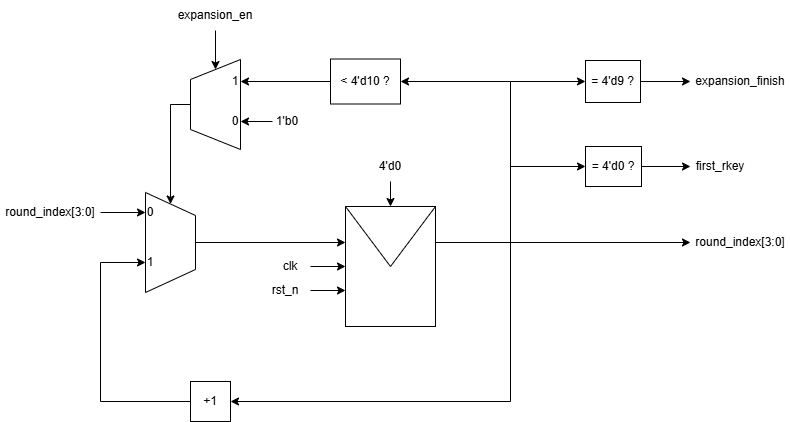
This is KeyExpansion/media/KECounter Low.png from LQLManZz/AES128-Verilog, a draw.io export, as it was before one commit. Source tidied: cells renumbered, new cells last; positions are measured from the earlier drawing's top-left corner, leaving out a move shared by most shapes.
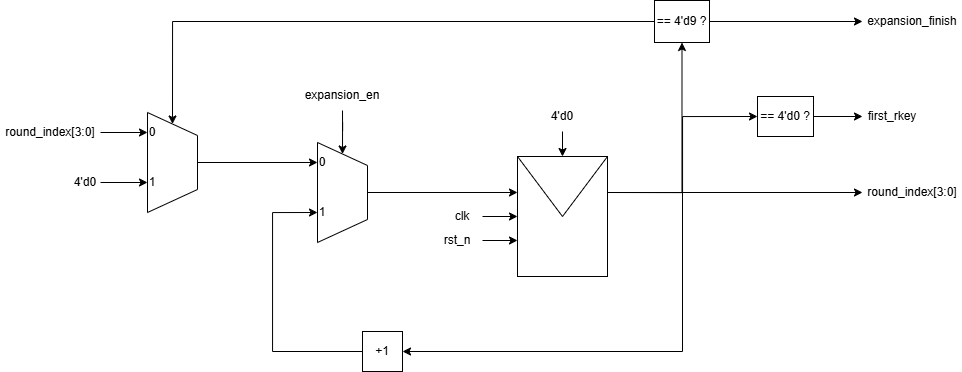
After the change.

Commit message:
vault backup: 2026-06-25 23:36:53

The edit, as a diff of the source:
```diff
@@ -2,140 +2,129 @@
   <root>
     <mxCell id="0" />
     <mxCell id="1" parent="0" />
-    <mxCell id="2" style="edgeStyle=orthogonalEdgeStyle;rounded=0;jettySize=auto;html=1;exitX=1;exitY=0.5;exitDx=0;exitDy=0;entryX=0;entryY=0.5;entryDx=0;entryDy=0;" parent="1" edge="1" source="3" target="13">
-      <mxGeometry relative="1" as="geometry" />
-    </mxCell>
-    <mxCell id="3" value="round_index[3:0]" style="text;html=1;whiteSpace=wrap;strokeColor=none;fillColor=none;align=center;verticalAlign=middle;rounded=0;" parent="1" vertex="1">
-      <mxGeometry y="197" width="100" height="30" as="geometry" />
-    </mxCell>
-    <mxCell id="4" style="edgeStyle=orthogonalEdgeStyle;rounded=0;jettySize=auto;html=1;exitX=0;exitY=0.5;exitDx=0;exitDy=0;entryX=1;entryY=0.5;entryDx=0;entryDy=0;" parent="1" edge="1" source="5" target="37">
-      <mxGeometry relative="1" as="geometry" />
-    </mxCell>
-    <mxCell id="5" value="&amp;lt; 4'd10 ?" style="whiteSpace=wrap;html=1;" parent="1" vertex="1">
-      <mxGeometry x="330" y="58.5" width="70" height="45" as="geometry" />
-    </mxCell>
-    <mxCell id="6" style="edgeStyle=orthogonalEdgeStyle;rounded=0;jettySize=auto;html=1;" parent="1" edge="1" source="7" target="8">
-      <mxGeometry relative="1" as="geometry" />
-    </mxCell>
-    <mxCell id="7" value="= 4'd9 ?" style="whiteSpace=wrap;html=1;" parent="1" vertex="1">
-      <mxGeometry x="585" y="60" width="55" height="42" as="geometry" />
-    </mxCell>
+    <mxCell id="42" style="edgeStyle=orthogonalEdgeStyle;rounded=0;jettySize=auto;html=1;exitX=1;exitY=0.5;exitDx=0;exitDy=0;entryX=0;entryY=0.5;entryDx=0;entryDy=0;" parent="1" edge="1" source="43" target="65">
+      <mxGeometry relative="1" as="geometry" />
+    </mxCell>
+    <mxCell id="43" value="round_index[3:0]" style="text;html=1;whiteSpace=wrap;strokeColor=none;fillColor=none;align=center;verticalAlign=middle;rounded=0;" parent="1" vertex="1">
+      <mxGeometry x="958" y="217" width="100" height="30" as="geometry" />
+    </mxCell>
+    <mxCell id="44" style="edgeStyle=orthogonalEdgeStyle;rounded=0;jettySize=auto;html=1;exitX=1;exitY=0.5;exitDx=0;exitDy=0;entryX=0;entryY=0.5;entryDx=0;entryDy=0;" parent="1" edge="1" source="46" target="8">
+      <mxGeometry relative="1" as="geometry" />
+    </mxCell>
+    <mxCell id="45" style="edgeStyle=orthogonalEdgeStyle;rounded=0;jettySize=auto;html=1;exitX=0;exitY=0.5;exitDx=0;exitDy=0;entryX=1;entryY=0.5;entryDx=0;entryDy=0;" parent="1" edge="1" source="46" target="64">
+      <mxGeometry relative="1" as="geometry" />
+    </mxCell>
+    <mxCell id="46" value="== 4'd9 ?" style="whiteSpace=wrap;html=1;" parent="1" vertex="1">
+      <mxGeometry x="1612" y="100" width="55" height="42" as="geometry" />
+    </mxCell>
     <mxCell id="8" value="expansion_finish" style="text;html=1;whiteSpace=wrap;strokeColor=none;fillColor=none;align=center;verticalAlign=middle;rounded=0;" parent="1" vertex="1">
-      <mxGeometry x="690" y="66" width="100" height="30" as="geometry" />
+      <mxGeometry x="1820" y="106" width="100" height="30" as="geometry" />
     </mxCell>
-    <mxCell id="9" style="edgeStyle=orthogonalEdgeStyle;rounded=0;jettySize=auto;html=1;exitX=1;exitY=0.5;exitDx=0;exitDy=0;entryX=0;entryY=0.5;entryDx=0;entryDy=0;" parent="1" edge="1" source="10" target="32">
-      <mxGeometry relative="1" as="geometry" />
-    </mxCell>
-    <mxCell id="10" value="= 4'd0 ?" style="whiteSpace=wrap;html=1;" parent="1" vertex="1">
-      <mxGeometry x="585" y="146" width="56" height="40" as="geometry" />
-    </mxCell>
-    <mxCell id="11" style="group;flipH=0;legacyAnchorPoints=0;flipV=0;direction=west;" parent="1" vertex="1">
-      <mxGeometry x="120" y="202" width="100" height="70" as="geometry" />
-    </mxCell>
-    <mxCell id="12" style="verticalLabelPosition=middle;verticalAlign=middle;html=1;shape=trapezoid;perimeter=trapezoidPerimeter;whiteSpace=wrap;size=0.23;arcSize=10;flipV=1;labelPosition=center;align=center;legacyAnchorPoints=0;rotation=-90;" parent="11" vertex="1">
-      <mxGeometry y="15" width="100" height="50" as="geometry" />
-    </mxCell>
-    <mxCell id="13" value="0" style="text;html=1;whiteSpace=wrap;strokeColor=none;fillColor=none;align=center;verticalAlign=middle;rounded=0;" parent="11" vertex="1">
-      <mxGeometry x="25" width="10" height="20" as="geometry" />
-    </mxCell>
-    <mxCell id="14" value="1" style="text;html=1;whiteSpace=wrap;strokeColor=none;fillColor=none;align=center;verticalAlign=middle;rounded=0;" parent="11" vertex="1">
-      <mxGeometry x="25" y="50" width="10" height="20" as="geometry" />
-    </mxCell>
-    <mxCell id="15" style="group;" parent="1" vertex="1">
-      <mxGeometry x="260" y="206" width="175" height="120" as="geometry" />
-    </mxCell>
+    <mxCell id="47" style="edgeStyle=orthogonalEdgeStyle;rounded=0;jettySize=auto;html=1;exitX=1;exitY=0.5;exitDx=0;exitDy=0;entryX=0;entryY=0.5;entryDx=0;entryDy=0;" parent="1" edge="1" source="48" target="32">
+      <mxGeometry relative="1" as="geometry" />
+    </mxCell>
+    <mxCell id="48" value="== 4'd0 ?" style="whiteSpace=wrap;html=1;" parent="1" vertex="1">
+      <mxGeometry x="1715" y="196" width="56" height="40" as="geometry" />
+    </mxCell>
+    <mxCell id="49" style="group;flipH=0;legacyAnchorPoints=0;flipV=0;direction=west;" parent="1" vertex="1">
+      <mxGeometry x="1250" y="252" width="100" height="70" as="geometry" />
+    </mxCell>
+    <mxCell id="50" style="verticalLabelPosition=middle;verticalAlign=middle;html=1;shape=trapezoid;perimeter=trapezoidPerimeter;whiteSpace=wrap;size=0.23;arcSize=10;flipV=1;labelPosition=center;align=center;legacyAnchorPoints=0;rotation=-90;" parent="49" vertex="1">
+      <mxGeometry y="15" width="100" height="50" as="geometry" />
+    </mxCell>
+    <mxCell id="51" value="0" style="text;html=1;whiteSpace=wrap;strokeColor=none;fillColor=none;align=center;verticalAlign=middle;rounded=0;" parent="49" vertex="1">
+      <mxGeometry x="25" width="10" height="20" as="geometry" />
+    </mxCell>
+    <mxCell id="52" value="1" style="text;html=1;whiteSpace=wrap;strokeColor=none;fillColor=none;align=center;verticalAlign=middle;rounded=0;" parent="49" vertex="1">
+      <mxGeometry x="25" y="50" width="10" height="20" as="geometry" />
+    </mxCell>
+    <mxCell id="53" style="group;" parent="1" vertex="1">
+      <mxGeometry x="1390" y="256" width="175" height="120" as="geometry" />
+    </mxCell>
-    <mxCell id="16" style="shape=message;html=1;html=1;outlineConnect=0;labelPosition=center;verticalLabelPosition=bottom;align=center;verticalAlign=top;" parent="15" vertex="1">
+    <mxCell id="16" style="shape=message;html=1;html=1;outlineConnect=0;labelPosition=center;verticalLabelPosition=bottom;align=center;verticalAlign=top;" parent="53" vertex="1">
       <mxGeometry x="85" width="90" height="120" as="geometry" />
     </mxCell>
-    <mxCell id="17" style="edgeStyle=orthogonalEdgeStyle;rounded=0;jettySize=auto;html=1;exitX=1;exitY=0.5;exitDx=0;exitDy=0;entryX=0;entryY=0.5;entryDx=0;entryDy=0;" parent="15" edge="1" source="18" target="16">
+    <mxCell id="17" style="edgeStyle=orthogonalEdgeStyle;rounded=0;jettySize=auto;html=1;exitX=1;exitY=0.5;exitDx=0;exitDy=0;entryX=0;entryY=0.5;entryDx=0;entryDy=0;" parent="53" edge="1" source="18" target="16">
       <mxGeometry relative="1" as="geometry" />
     </mxCell>
-    <mxCell id="18" value="clk" style="text;html=1;whiteSpace=wrap;strokeColor=none;fillColor=none;align=center;verticalAlign=middle;rounded=0;" parent="15" vertex="1">
+    <mxCell id="18" value="clk" style="text;html=1;whiteSpace=wrap;strokeColor=none;fillColor=none;align=center;verticalAlign=middle;rounded=0;" parent="53" vertex="1">
       <mxGeometry x="10" y="42" width="40" height="36" as="geometry" />
     </mxCell>
-    <mxCell id="19" style="edgeStyle=orthogonalEdgeStyle;rounded=0;jettySize=auto;html=1;exitX=1;exitY=0.5;exitDx=0;exitDy=0;entryX=0;entryY=0.7;entryDx=0;entryDy=0;" parent="15" edge="1" source="20" target="16">
+    <mxCell id="19" style="edgeStyle=orthogonalEdgeStyle;rounded=0;jettySize=auto;html=1;exitX=1;exitY=0.5;exitDx=0;exitDy=0;entryX=0;entryY=0.7;entryDx=0;entryDy=0;" parent="53" edge="1" source="20" target="16">
       <mxGeometry relative="1" as="geometry" />
     </mxCell>
-    <mxCell id="20" value="rst_n" style="text;html=1;whiteSpace=wrap;strokeColor=none;fillColor=none;align=center;verticalAlign=middle;rounded=0;" parent="15" vertex="1">
+    <mxCell id="20" value="rst_n" style="text;html=1;whiteSpace=wrap;strokeColor=none;fillColor=none;align=center;verticalAlign=middle;rounded=0;" parent="53" vertex="1">
       <mxGeometry y="66" width="50" height="36" as="geometry" />
     </mxCell>
-    <mxCell id="21" style="edgeStyle=orthogonalEdgeStyle;rounded=0;jettySize=auto;html=1;exitX=0.5;exitY=0;exitDx=0;exitDy=0;entryX=0;entryY=0.3;entryDx=0;entryDy=0;" parent="1" edge="1" source="12" target="16">
-      <mxGeometry relative="1" as="geometry" />
-    </mxCell>
-    <mxCell id="22" style="edgeStyle=orthogonalEdgeStyle;rounded=0;jettySize=auto;html=1;exitX=0.5;exitY=1;exitDx=0;exitDy=0;entryX=0.5;entryY=0;entryDx=0;entryDy=0;" parent="1" edge="1" source="23" target="16">
-      <mxGeometry relative="1" as="geometry" />
-    </mxCell>
-    <mxCell id="23" value="4'd0" style="text;html=1;whiteSpace=wrap;strokeColor=none;fillColor=none;align=center;verticalAlign=middle;rounded=0;" parent="1" vertex="1">
-      <mxGeometry x="370" y="151" width="40" height="30" as="geometry" />
-    </mxCell>
-    <mxCell id="24" value="round_index[3:0]" style="text;html=1;whiteSpace=wrap;strokeColor=none;fillColor=none;align=center;verticalAlign=middle;rounded=0;" parent="1" vertex="1">
-      <mxGeometry x="690" y="227" width="100" height="30" as="geometry" />
-    </mxCell>
-    <mxCell id="25" style="edgeStyle=orthogonalEdgeStyle;rounded=0;jettySize=auto;html=1;exitX=1;exitY=0.3;exitDx=0;exitDy=0;entryX=0;entryY=0.5;entryDx=0;entryDy=0;" parent="1" edge="1" source="16" target="24">
-      <mxGeometry relative="1" as="geometry" />
-    </mxCell>
-    <mxCell id="26" style="edgeStyle=orthogonalEdgeStyle;rounded=0;jettySize=auto;html=1;exitX=0;exitY=0.5;exitDx=0;exitDy=0;entryX=0;entryY=0.5;entryDx=0;entryDy=0;" parent="1" edge="1" source="27" target="14">
-      <mxGeometry relative="1" as="geometry">
-        <Array as="points">
-          <mxPoint x="100" y="401" />
-          <mxPoint x="100" y="262" />
-        </Array>
-      </mxGeometry>
-    </mxCell>
+    <mxCell id="54" style="edgeStyle=orthogonalEdgeStyle;rounded=0;jettySize=auto;html=1;exitX=0.5;exitY=0;exitDx=0;exitDy=0;entryX=0;entryY=0.3;entryDx=0;entryDy=0;" parent="1" edge="1" source="50" target="16">
+      <mxGeometry relative="1" as="geometry" />
+    </mxCell>
+    <mxCell id="55" style="edgeStyle=orthogonalEdgeStyle;rounded=0;jettySize=auto;html=1;exitX=0.5;exitY=1;exitDx=0;exitDy=0;entryX=0.5;entryY=0;entryDx=0;entryDy=0;" parent="1" edge="1" source="56" target="16">
+      <mxGeometry relative="1" as="geometry" />
+    </mxCell>
+    <mxCell id="56" value="4'd0" style="text;html=1;whiteSpace=wrap;strokeColor=none;fillColor=none;align=center;verticalAlign=middle;rounded=0;" parent="1" vertex="1">
+      <mxGeometry x="1500" y="201" width="40" height="30" as="geometry" />
+    </mxCell>
+    <mxCell id="57" value="round_index[3:0]" style="text;html=1;whiteSpace=wrap;strokeColor=none;fillColor=none;align=center;verticalAlign=middle;rounded=0;" parent="1" vertex="1">
+      <mxGeometry x="1820" y="277" width="100" height="30" as="geometry" />
+    </mxCell>
+    <mxCell id="58" style="edgeStyle=orthogonalEdgeStyle;rounded=0;jettySize=auto;html=1;exitX=1;exitY=0.3;exitDx=0;exitDy=0;entryX=0;entryY=0.5;entryDx=0;entryDy=0;" parent="1" edge="1" source="16" target="57">
+      <mxGeometry relative="1" as="geometry" />
+    </mxCell>
+    <mxCell id="59" style="edgeStyle=orthogonalEdgeStyle;rounded=0;jettySize=auto;html=1;exitX=0;exitY=0.5;exitDx=0;exitDy=0;entryX=0;entryY=0.5;entryDx=0;entryDy=0;" parent="1" edge="1" source="27" target="52">
+      <mxGeometry relative="1" as="geometry">
+        <Array as="points">
+          <mxPoint x="1230" y="451" />
+          <mxPoint x="1230" y="312" />
+        </Array>
+      </mxGeometry>
+    </mxCell>
     <mxCell id="27" value="+1" style="whiteSpace=wrap;html=1;" parent="1" vertex="1">
-      <mxGeometry x="190" y="381" width="40" height="40" as="geometry" />
+      <mxGeometry x="1320" y="431" width="40" height="40" as="geometry" />
     </mxCell>
-    <mxCell id="28" style="endArrow=classic;html=1;rounded=0;entryX=1;entryY=0.5;entryDx=0;entryDy=0;" parent="1" edge="1" target="27">
-      <mxGeometry relative="1" as="geometry">
-        <mxPoint x="510" y="241" as="sourcePoint" />
-        <Array as="points">
-          <mxPoint x="510" y="401" />
-        </Array>
-      </mxGeometry>
-    </mxCell>
-    <mxCell id="29" style="endArrow=classic;html=1;rounded=0;entryX=1;entryY=0.5;entryDx=0;entryDy=0;" parent="1" edge="1" target="5">
-      <mxGeometry relative="1" as="geometry">
-        <mxPoint x="510" y="241" as="sourcePoint" />
-        <Array as="points">
-          <mxPoint x="510" y="81" />
-        </Array>
-      </mxGeometry>
-    </mxCell>
-    <mxCell id="30" style="edgeStyle=orthogonalEdgeStyle;rounded=0;jettySize=auto;html=1;exitX=1;exitY=0.3;exitDx=0;exitDy=0;entryX=0;entryY=0.5;entryDx=0;entryDy=0;" parent="1" edge="1" source="16" target="10">
-      <mxGeometry relative="1" as="geometry" />
-    </mxCell>
-    <mxCell id="31" style="edgeStyle=orthogonalEdgeStyle;rounded=0;jettySize=auto;html=1;exitX=1;exitY=0.3;exitDx=0;exitDy=0;entryX=0;entryY=0.5;entryDx=0;entryDy=0;" parent="1" edge="1" source="16" target="7">
-      <mxGeometry relative="1" as="geometry" />
-    </mxCell>
+    <mxCell id="60" style="endArrow=classic;html=1;rounded=0;entryX=1;entryY=0.5;entryDx=0;entryDy=0;" parent="1" edge="1" target="27">
+      <mxGeometry relative="1" as="geometry">
+        <mxPoint x="1640" y="291" as="sourcePoint" />
+        <Array as="points">
+          <mxPoint x="1640" y="451" />
+        </Array>
+      </mxGeometry>
+    </mxCell>
+    <mxCell id="61" style="edgeStyle=orthogonalEdgeStyle;rounded=0;jettySize=auto;html=1;exitX=1;exitY=0.3;exitDx=0;exitDy=0;entryX=0;entryY=0.5;entryDx=0;entryDy=0;" parent="1" edge="1" source="16" target="48">
+      <mxGeometry relative="1" as="geometry" />
+    </mxCell>
     <mxCell id="32" value="first_rkey" style="text;html=1;whiteSpace=wrap;strokeColor=none;fillColor=none;align=center;verticalAlign=middle;rounded=0;" parent="1" vertex="1">
-      <mxGeometry x="690" y="151" width="60" height="30" as="geometry" />
+      <mxGeometry x="1820" y="201" width="60" height="30" as="geometry" />
     </mxCell>
-    <mxCell id="33" style="edgeStyle=orthogonalEdgeStyle;rounded=0;jettySize=auto;html=1;exitX=0.5;exitY=1;exitDx=0;exitDy=0;entryX=1;entryY=0.5;entryDx=0;entryDy=0;" parent="1" edge="1" source="34" target="36">
-      <mxGeometry relative="1" as="geometry" />
-    </mxCell>
+    <mxCell id="62" style="edgeStyle=orthogonalEdgeStyle;rounded=0;jettySize=auto;html=1;exitX=0.5;exitY=1;exitDx=0;exitDy=0;entryX=1;entryY=0.5;entryDx=0;entryDy=0;" parent="1" edge="1" source="34" target="50">
+      <mxGeometry relative="1" as="geometry" />
+    </mxCell>
     <mxCell id="34" value="expansion_en" style="text;html=1;whiteSpace=wrap;strokeColor=none;fillColor=none;align=center;verticalAlign=middle;rounded=0;" parent="1" vertex="1">
-      <mxGeometry x="175" width="80" height="30" as="geometry" />
+      <mxGeometry x="1260" y="180" width="80" height="30" as="geometry" />
     </mxCell>
-    <mxCell id="35" style="group;" parent="1" vertex="1">
-      <mxGeometry x="170" y="71" width="90" height="60" as="geometry" />
-    </mxCell>
-    <mxCell id="36" style="shape=trapezoid;perimeter=trapezoidPerimeter;whiteSpace=wrap;html=1;fixedSize=1;rotation=-90;" parent="35" vertex="1">
-      <mxGeometry y="8" width="90" height="50" as="geometry" />
-    </mxCell>
-    <mxCell id="37" value="1" style="text;html=1;whiteSpace=wrap;strokeColor=none;fillColor=none;align=center;verticalAlign=middle;rounded=0;" parent="35" vertex="1">
-      <mxGeometry x="60" width="10" height="20" as="geometry" />
-    </mxCell>
-    <mxCell id="38" value="0" style="text;html=1;whiteSpace=wrap;strokeColor=none;fillColor=none;align=center;verticalAlign=middle;rounded=0;" parent="35" vertex="1">
-      <mxGeometry x="60" y="40" width="10" height="20" as="geometry" />
-    </mxCell>
-    <mxCell id="39" style="edgeStyle=orthogonalEdgeStyle;rounded=0;jettySize=auto;html=1;exitX=0.5;exitY=0;exitDx=0;exitDy=0;entryX=1;entryY=0.5;entryDx=0;entryDy=0;" parent="1" edge="1" source="36" target="12">
-      <mxGeometry relative="1" as="geometry" />
-    </mxCell>
-    <mxCell id="40" style="edgeStyle=orthogonalEdgeStyle;rounded=0;jettySize=auto;html=1;exitX=0;exitY=0.5;exitDx=0;exitDy=0;entryX=1;entryY=0.5;entryDx=0;entryDy=0;" parent="1" edge="1" source="41" target="38">
-      <mxGeometry relative="1" as="geometry" />
-    </mxCell>
-    <mxCell id="41" value="1'b0" style="text;html=1;whiteSpace=wrap;strokeColor=none;fillColor=none;align=center;verticalAlign=middle;rounded=0;" parent="1" vertex="1">
-      <mxGeometry x="272" y="106" width="30" height="30" as="geometry" />
-    </mxCell>
+    <mxCell id="63" style="group;flipH=0;legacyAnchorPoints=0;flipV=0;direction=west;" parent="1" vertex="1">
+      <mxGeometry x="1080" y="222" width="100" height="70" as="geometry" />
+    </mxCell>
+    <mxCell id="64" style="verticalLabelPosition=middle;verticalAlign=middle;html=1;shape=trapezoid;perimeter=trapezoidPerimeter;whiteSpace=wrap;size=0.23;arcSize=10;flipV=1;labelPosition=center;align=center;legacyAnchorPoints=0;rotation=-90;" parent="63" vertex="1">
+      <mxGeometry y="15" width="100" height="50" as="geometry" />
+    </mxCell>
+    <mxCell id="65" value="0" style="text;html=1;whiteSpace=wrap;strokeColor=none;fillColor=none;align=center;verticalAlign=middle;rounded=0;" parent="63" vertex="1">
+      <mxGeometry x="25" width="10" height="20" as="geometry" />
+    </mxCell>
+    <mxCell id="66" value="1" style="text;html=1;whiteSpace=wrap;strokeColor=none;fillColor=none;align=center;verticalAlign=middle;rounded=0;" parent="63" vertex="1">
+      <mxGeometry x="25" y="50" width="10" height="20" as="geometry" />
+    </mxCell>
+    <mxCell id="67" style="edgeStyle=orthogonalEdgeStyle;rounded=0;jettySize=auto;html=1;exitX=1;exitY=0.3;exitDx=0;exitDy=0;entryX=0.5;entryY=1;entryDx=0;entryDy=0;" parent="1" edge="1" source="16" target="46">
+      <mxGeometry relative="1" as="geometry" />
+    </mxCell>
+    <mxCell id="68" style="edgeStyle=orthogonalEdgeStyle;rounded=0;jettySize=auto;html=1;exitX=0.5;exitY=0;exitDx=0;exitDy=0;entryX=0;entryY=0.5;entryDx=0;entryDy=0;" parent="1" edge="1" source="64" target="51">
+      <mxGeometry relative="1" as="geometry" />
+    </mxCell>
+    <mxCell id="69" style="edgeStyle=orthogonalEdgeStyle;rounded=0;jettySize=auto;html=1;exitX=1;exitY=0.5;exitDx=0;exitDy=0;entryX=0;entryY=0.5;entryDx=0;entryDy=0;" parent="1" edge="1" source="70" target="66">
+      <mxGeometry relative="1" as="geometry" />
+    </mxCell>
+    <mxCell id="70" value="4'd0" style="text;html=1;whiteSpace=wrap;strokeColor=none;fillColor=none;align=center;verticalAlign=middle;rounded=0;" parent="1" vertex="1">
+      <mxGeometry x="1028" y="267" width="30" height="30" as="geometry" />
+    </mxCell>
   </root>
 </mxGraphModel>
```
